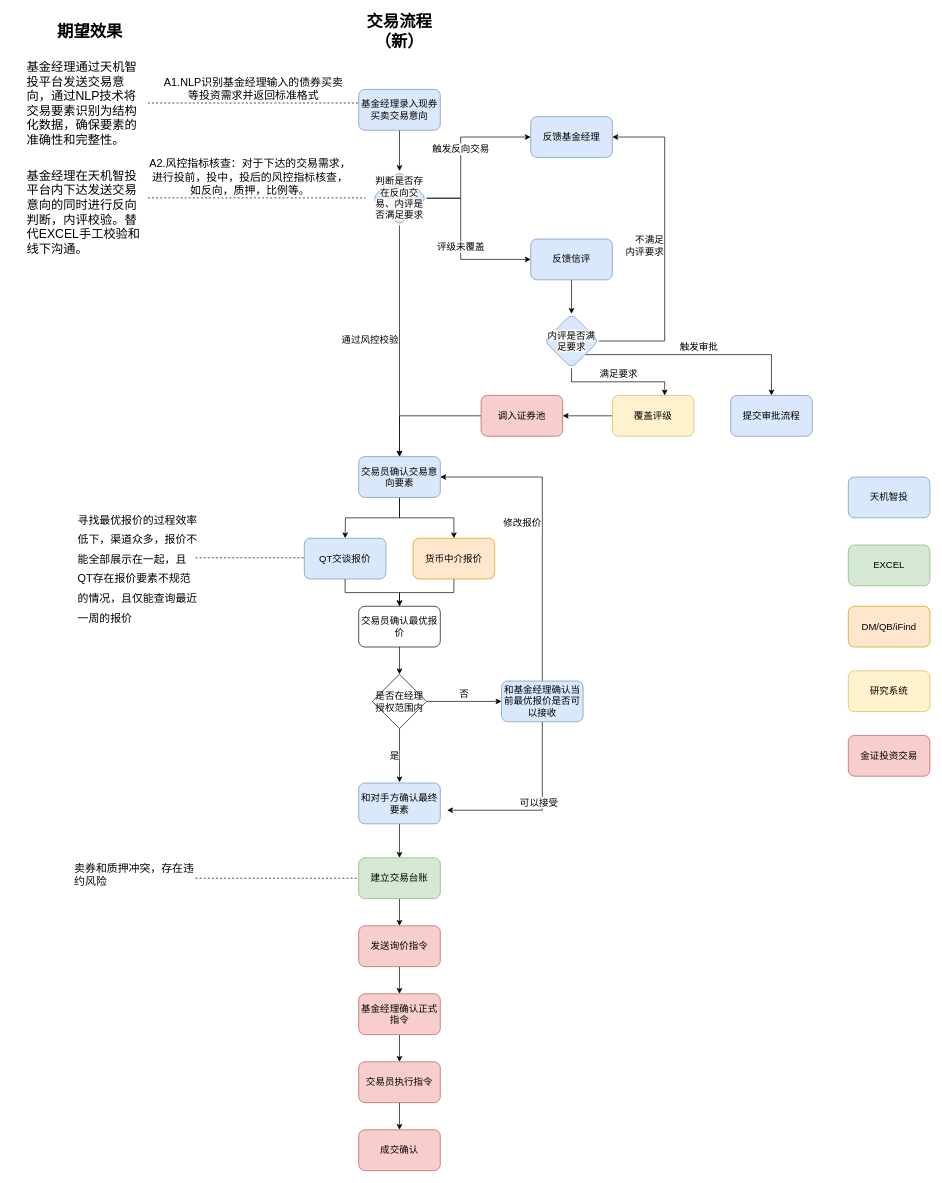
Earlier version of the draw.io diagram 现券交易流程图（新）.drawio (steven-turing/draw). Source tidied: cells renumbered, new cells numbered last; positions are measured from the earlier drawing's top-left corner, leaving out a move shared by most shapes. Both pictures are drawn from the tidied source at 68%, with x=0, y=0 at pixel (25, 21).
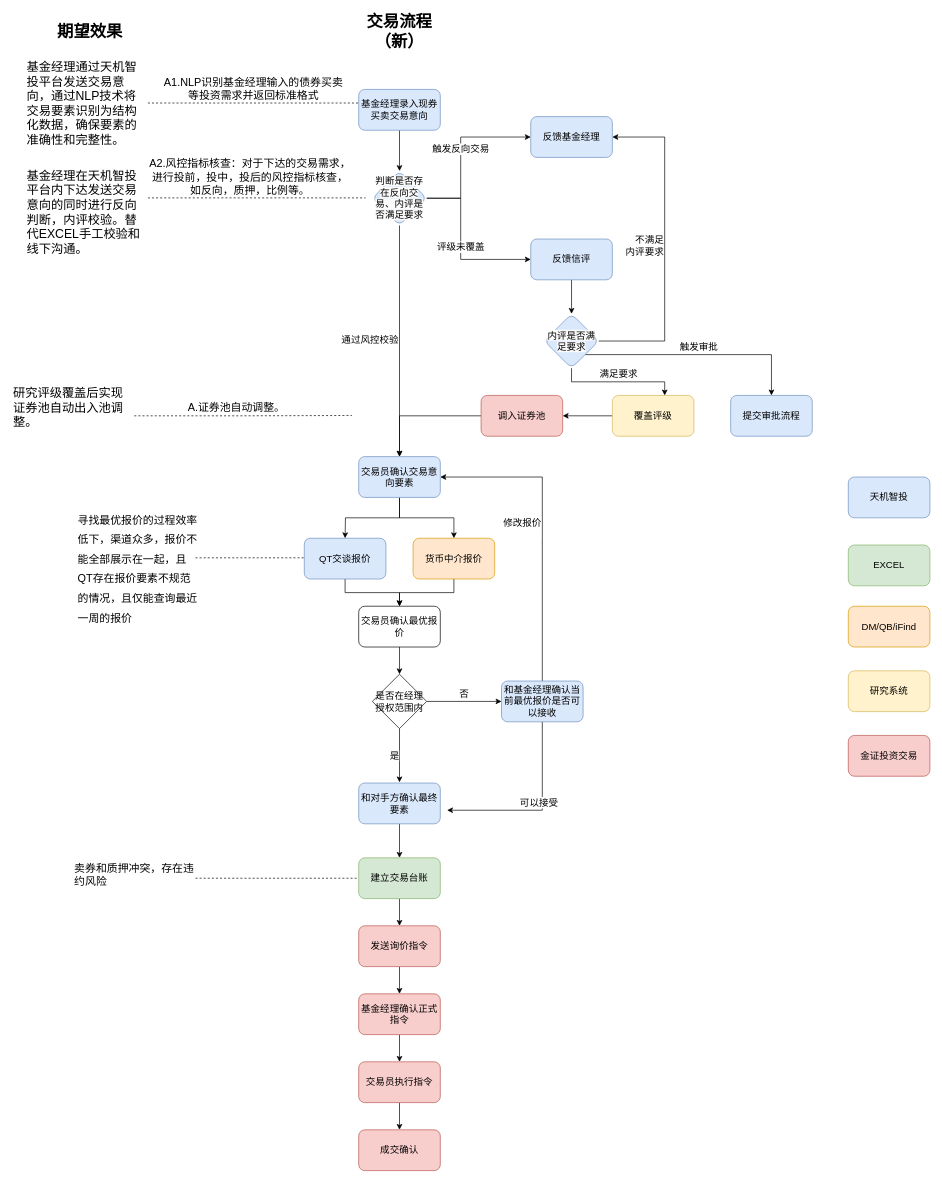
The same page after the edit.

Commit message:
更新现券交易流程图（新）.drawio

The edit, as a diff of the source:
```diff
@@
+    <mxCell id="63" value="&lt;h1 style=&quot;margin-top: 0px;&quot;&gt;&lt;span style=&quot;background-color: transparent; color: light-dark(rgb(0, 0, 0), rgb(255, 255, 255)); font-weight: normal;&quot;&gt;&lt;font&gt;研究评级覆盖后实现证券池自动出入池调整。&lt;/font&gt;&lt;/span&gt;&lt;/h1&gt;" style="text;html=1;whiteSpace=wrap;overflow=hidden;rounded=0;fontSize=9;" parent="1" vertex="1">
+      <mxGeometry x="-20" y="530" width="180" height="80" as="geometry" />
+    </mxCell>
+    <mxCell id="64" style="edgeStyle=orthogonalEdgeStyle;rounded=0;orthogonalLoop=1;jettySize=auto;html=1;dashed=1;endArrow=none;startFill=0;" parent="1" edge="1">
+      <mxGeometry relative="1" as="geometry">
+        <mxPoint x="160" y="580" as="sourcePoint" />
+        <mxPoint x="480" y="579.5" as="targetPoint" />
+        <Array as="points">
+          <mxPoint x="320" y="580" />
+        </Array>
+      </mxGeometry>
+    </mxCell>
+    <mxCell id="65" value="A.证券池自动调整&lt;span style=&quot;background-color: light-dark(#ffffff, var(--ge-dark-color, #121212)); color: light-dark(rgb(0, 0, 0), rgb(255, 255, 255));&quot;&gt;。&lt;/span&gt;" style="edgeLabel;html=1;align=center;verticalAlign=bottom;fontSize=16;" parent="64" vertex="1">
+      <mxGeometry x="-0.07" y="1" relative="1" as="geometry" />
+    </mxCell>
```
